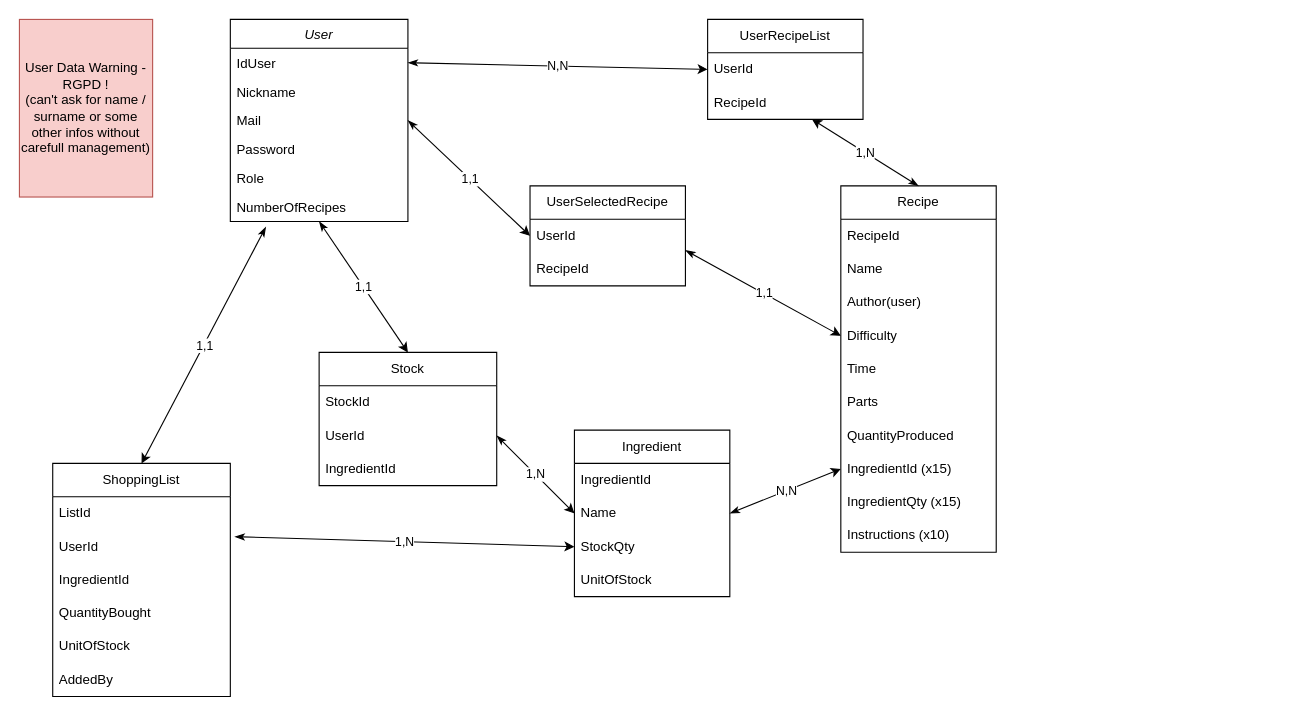
Above: StockingDraws/Diagramme sans nom.drawio in Windryuu/DrawIoRepo (draw.io), before the change. Source tidied: cells renumbered, new cells numbered last; positions are measured from the earlier drawing's top-left corner, leaving out a move shared by most shapes. Both pictures are drawn from the tidied source at 111%, with x=0, y=0 at pixel (19, 19).
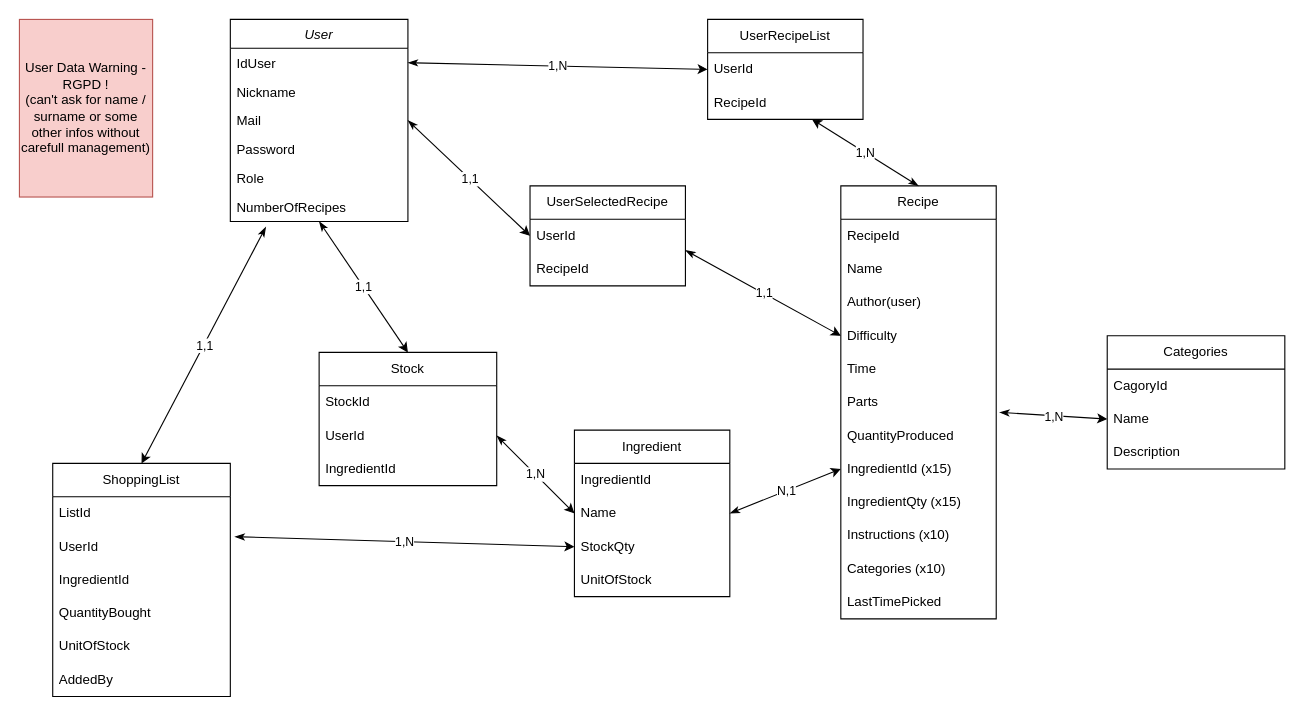
The same page after the edit.

The change refers to these unchanged cells:
```xml
<mxCell id="16" value="Parts" style="text;strokeColor=none;fillColor=none;align=left;verticalAlign=middle;spacingLeft=4;spacingRight=4;overflow=hidden;points=[[0,0.5],[1,0.5]];portConstraint=eastwest;whiteSpace=wrap;html=1;" parent="10" vertex="1">
  <mxGeometry y="180" width="140" height="30" as="geometry" />
</mxCell>
<mxCell id="40" style="endArrow=classic;html=1;rounded=0;exitX=1;exitY=0.5;exitDx=0;exitDy=0;entryX=0;entryY=0.5;entryDx=0;entryDy=0;startArrow=classicThin;startFill=1;" parent="1" edge="1" source="3" target="27">
  <mxGeometry relative="1" as="geometry" />
</mxCell>
<mxCell id="48" style="endArrow=classic;html=1;rounded=0;exitX=1;exitY=0.5;exitDx=0;exitDy=0;entryX=0;entryY=0.5;entryDx=0;entryDy=0;startArrow=classicThin;startFill=1;" parent="1" edge="1" source="23" target="18">
  <mxGeometry relative="1" as="geometry" />
</mxCell>
```

The edit, as a diff of the source:
```diff
@@
     <mxCell id="10" value="Recipe" style="swimlane;fontStyle=0;horizontal=1;startSize=30;whiteSpace=wrap;html=1;" parent="1" vertex="1">
-      <mxGeometry x="740" y="150" width="140" height="330" as="geometry" />
+      <mxGeometry x="740" y="150" width="140" height="390" as="geometry" />
     </mxCell>
@@
+    <mxCell id="61" value="Categories (x10)" style="text;strokeColor=none;fillColor=none;align=left;verticalAlign=middle;spacingLeft=4;spacingRight=4;overflow=hidden;whiteSpace=wrap;html=1;" parent="10" vertex="1">
+      <mxGeometry y="330" width="140" height="30" as="geometry" />
+    </mxCell>
+    <mxCell id="62" value="LastTimePicked" style="text;strokeColor=none;fillColor=none;align=left;verticalAlign=middle;spacingLeft=4;spacingRight=4;overflow=hidden;whiteSpace=wrap;html=1;" parent="10" vertex="1">
+      <mxGeometry y="360" width="140" height="30" as="geometry" />
+    </mxCell>
@@
-    <mxCell id="41" value="N,N" style="edgeLabel;html=1;align=center;verticalAlign=middle;" parent="40" vertex="1">
+    <mxCell id="41" value="1,N" style="edgeLabel;html=1;align=center;verticalAlign=middle;" parent="40" vertex="1">
       <mxGeometry relative="1" as="geometry" />
     </mxCell>
@@
-    <mxCell id="49" value="N,N" style="edgeLabel;html=1;align=center;verticalAlign=middle;" parent="48" vertex="1">
+    <mxCell id="49" value="N,1" style="edgeLabel;html=1;align=center;verticalAlign=middle;" parent="48" vertex="1">
       <mxGeometry relative="1" as="geometry" />
     </mxCell>
@@
+    <mxCell id="63" value="Categories" style="swimlane;fontStyle=0;horizontal=1;startSize=30;whiteSpace=wrap;html=1;" parent="1" vertex="1">
+      <mxGeometry x="980" y="285" width="160" height="120" as="geometry" />
+    </mxCell>
+    <mxCell id="64" value="CagoryId" style="text;strokeColor=none;fillColor=none;align=left;verticalAlign=middle;spacingLeft=4;spacingRight=4;overflow=hidden;whiteSpace=wrap;html=1;" parent="63" vertex="1">
+      <mxGeometry y="30" width="160" height="30" as="geometry" />
+    </mxCell>
+    <mxCell id="65" value="Name" style="text;strokeColor=none;fillColor=none;align=left;verticalAlign=middle;spacingLeft=4;spacingRight=4;overflow=hidden;points=[[0,0.5],[1,0.5]];portConstraint=eastwest;whiteSpace=wrap;html=1;" parent="63" vertex="1">
+      <mxGeometry y="60" width="160" height="30" as="geometry" />
+    </mxCell>
+    <mxCell id="66" value="Description" style="text;strokeColor=none;fillColor=none;align=left;verticalAlign=middle;spacingLeft=4;spacingRight=4;overflow=hidden;whiteSpace=wrap;html=1;" parent="63" vertex="1">
+      <mxGeometry y="90" width="160" height="30" as="geometry" />
+    </mxCell>
+    <mxCell id="67" style="endArrow=classic;html=1;rounded=0;entryX=0;entryY=0.5;entryDx=0;entryDy=0;startArrow=classicThin;startFill=1;exitX=1.021;exitY=0.8;exitDx=0;exitDy=0;exitPerimeter=0;" parent="1" edge="1" source="16" target="65">
+      <mxGeometry relative="1" as="geometry" />
+    </mxCell>
+    <mxCell id="68" value="1,N" style="edgeLabel;html=1;align=center;verticalAlign=middle;" parent="67" vertex="1">
+      <mxGeometry relative="1" as="geometry" />
+    </mxCell>
```
